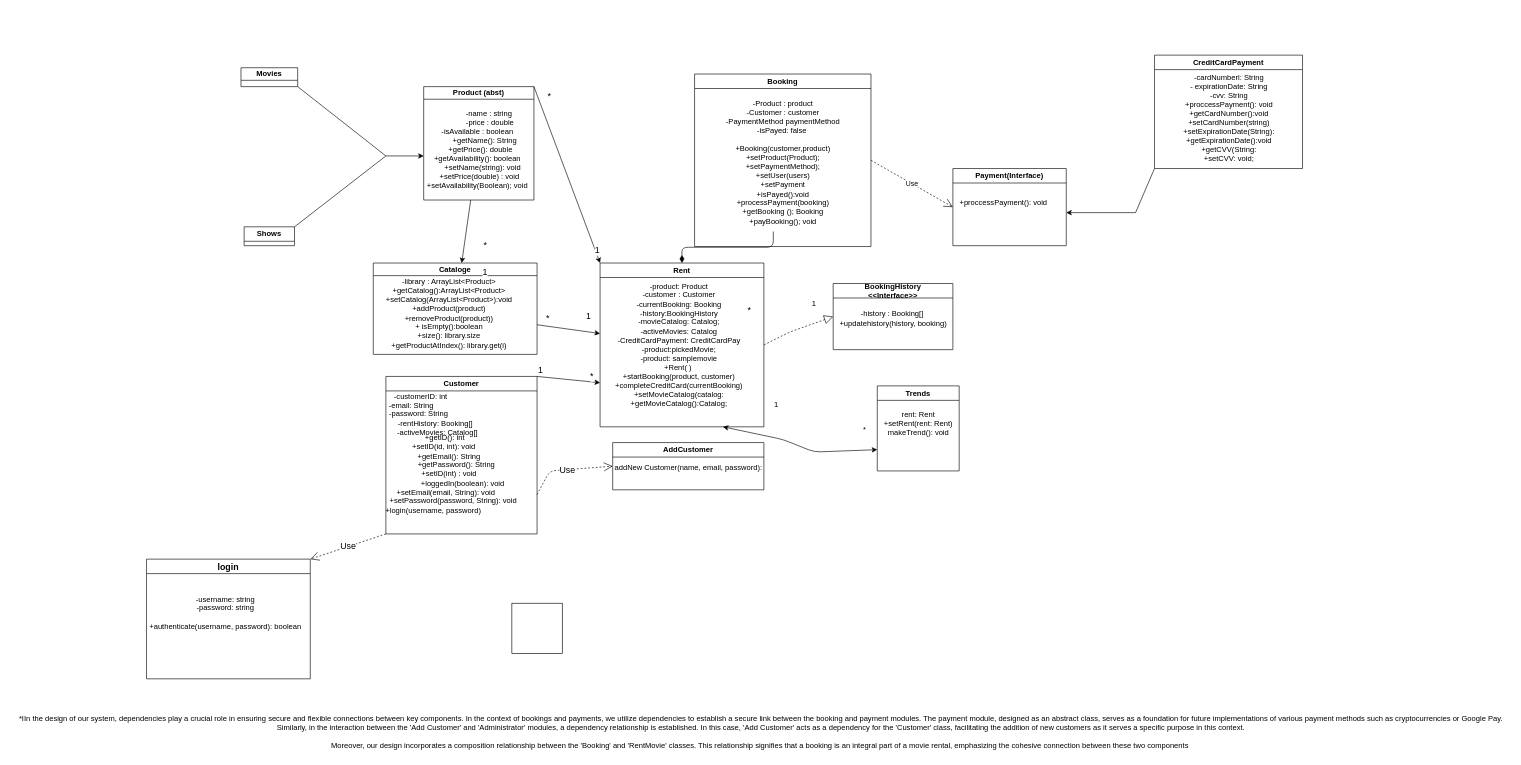
Maxxo95/RentalVideo keeps this draw.io diagram as classDiagram.drawio. Above is the earlier version. Source tidied: cells renumbered, new cells numbered last; positions are measured from the earlier drawing's top-left corner, leaving out a move shared by most shapes. Both pictures are drawn from the tidied source at 63%, with x=0, y=0 at pixel (11, 55).
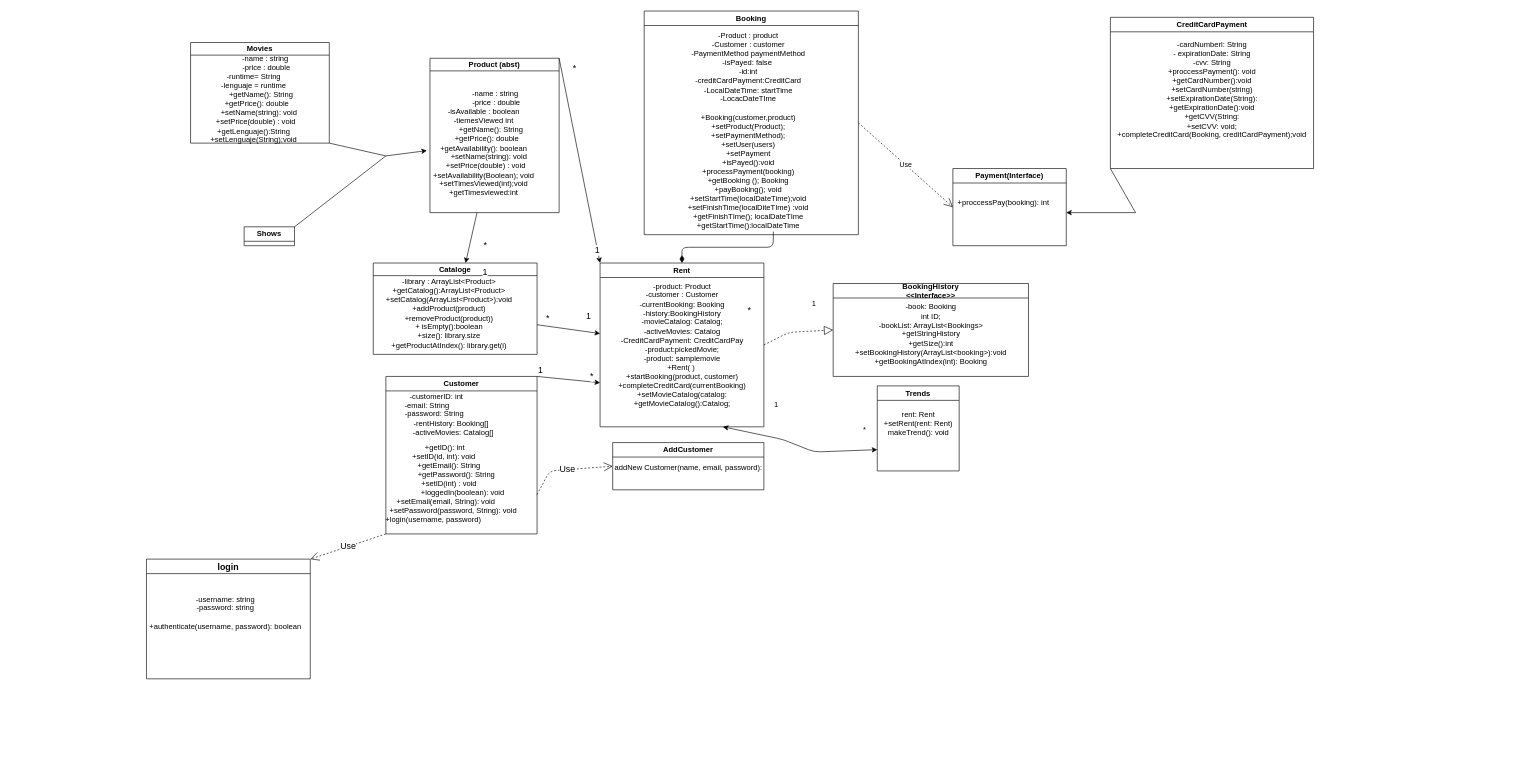
After the change.

Unchanged cells that the change refers to:
```xml
<mxCell id="5" value="Customer" style="swimlane;whiteSpace=wrap;html=1;" parent="1" vertex="1">
  <mxGeometry x="595" y="510" width="240" height="250" as="geometry" />
</mxCell>
<mxCell id="8" value="Rent" style="swimlane;whiteSpace=wrap;html=1;" parent="1" vertex="1">
  <mxGeometry x="935" y="330" width="260" height="260" as="geometry" />
</mxCell>
<mxCell id="14" value="Payment(Interface)" style="swimlane;whiteSpace=wrap;html=1;" parent="1" vertex="1">
  <mxGeometry x="1495" y="180" width="180" height="122.5" as="geometry" />
</mxCell>
```

Change to the diagram source:
```diff
@@
     <mxCell id="3" value="Product (abst)" style="swimlane;whiteSpace=wrap;html=1;startSize=20;" parent="1" vertex="1">
-      <mxGeometry x="655" y="50" width="175" height="180" as="geometry" />
+      <mxGeometry x="665" y="5" width="205" height="245" as="geometry" />
     </mxCell>
-    <mxCell id="4" value="&amp;nbsp; &amp;nbsp; &amp;nbsp; &amp;nbsp; &amp;nbsp; &amp;nbsp;-name : string&lt;br&gt;&amp;nbsp; &amp;nbsp; &amp;nbsp; &amp;nbsp; &amp;nbsp; &amp;nbsp; -price : double&lt;br&gt;-isAvailable : boolean&lt;br&gt;&amp;nbsp; &amp;nbsp; &amp;nbsp; &amp;nbsp;+getName(): String&lt;br&gt;&amp;nbsp; &amp;nbsp;+getPrice(): double&lt;br&gt;+getAvailability(): boolean&lt;br&gt;&amp;nbsp; &amp;nbsp; &amp;nbsp;+setName(string): void&lt;br&gt;&amp;nbsp; +setPrice(double) : void&lt;br&gt;+setAvailability(Boolean); void" style="text;html=1;align=center;verticalAlign=middle;points=[];strokeColor=none;fillColor=none;" parent="3" vertex="1">
-      <mxGeometry x="-5" y="30" width="180" height="140" as="geometry" />
+    <mxCell id="4" value="&amp;nbsp; &amp;nbsp; &amp;nbsp; &amp;nbsp; &amp;nbsp; &amp;nbsp;-name : string&lt;br&gt;&amp;nbsp; &amp;nbsp; &amp;nbsp; &amp;nbsp; &amp;nbsp; &amp;nbsp; -price : double&lt;br&gt;-isAvailable : boolean&lt;br&gt;-tiemesViewed int&lt;br&gt;&amp;nbsp; &amp;nbsp; &amp;nbsp; &amp;nbsp;+getName(): String&lt;br&gt;&amp;nbsp; &amp;nbsp;+getPrice(): double&lt;br&gt;+getAvailability(): boolean&lt;br&gt;&amp;nbsp; &amp;nbsp; &amp;nbsp;+setName(string): void&lt;br&gt;&amp;nbsp; +setPrice(double) : void&lt;br&gt;+setAvailability(Boolean); void&lt;br&gt;+setTimesViewed(int);void&lt;br&gt;+getTimesviewed:int" style="text;html=1;align=center;verticalAlign=middle;points=[];strokeColor=none;fillColor=none;" parent="3" vertex="1">
+      <mxGeometry x="-5" y="40" width="180" height="190" as="geometry" />
     </mxCell>
@@
     <mxCell id="6" value="&amp;nbsp; &amp;nbsp; &amp;nbsp; &amp;nbsp; &amp;nbsp; &amp;nbsp;+getID(): int&lt;br&gt;&amp;nbsp; &amp;nbsp; &amp;nbsp; &amp;nbsp; &amp;nbsp; +setID(id, int): void&lt;br&gt;&amp;nbsp; &amp;nbsp; &amp;nbsp; &amp;nbsp; &amp;nbsp; &amp;nbsp; &amp;nbsp; &amp;nbsp;+getEmail(): String&lt;br&gt;&amp;nbsp; &amp;nbsp; &amp;nbsp; &amp;nbsp; &amp;nbsp; &amp;nbsp; &amp;nbsp; &amp;nbsp; &amp;nbsp; &amp;nbsp; &amp;nbsp; +getPassword(): String&lt;br&gt;&amp;nbsp; &amp;nbsp; &amp;nbsp; &amp;nbsp; &amp;nbsp; &amp;nbsp; &amp;nbsp; &amp;nbsp;+setID(int) : void&lt;br&gt;&amp;nbsp; &amp;nbsp; &amp;nbsp; &amp;nbsp; &amp;nbsp; &amp;nbsp; &amp;nbsp; &amp;nbsp; &amp;nbsp; &amp;nbsp; &amp;nbsp; &amp;nbsp; &amp;nbsp; &amp;nbsp; +loggedIn(boolean): void&lt;br&gt;&amp;nbsp; &amp;nbsp; &amp;nbsp; &amp;nbsp; &amp;nbsp; &amp;nbsp; +setEmail(email, String): void&lt;br&gt;&amp;nbsp; &amp;nbsp; &amp;nbsp; &amp;nbsp; &amp;nbsp; &amp;nbsp; &amp;nbsp; &amp;nbsp; &amp;nbsp; &amp;nbsp;+setPassword(password, String): void&lt;br&gt;+login(username, password)" style="text;html=1;align=center;verticalAlign=middle;strokeColor=none;fillColor=none;" parent="5" vertex="1">
-      <mxGeometry x="-70" y="85" width="290" height="140" as="geometry" />
+      <mxGeometry x="-70" y="100" width="290" height="140" as="geometry" />
     </mxCell>
-    <mxCell id="7" value="&amp;nbsp; &amp;nbsp; &amp;nbsp; &amp;nbsp; &amp;nbsp;-customerID: int&lt;br&gt;-email: String&lt;br&gt;&amp;nbsp; &amp;nbsp; &amp;nbsp; &amp;nbsp;-password: String&lt;br&gt;&amp;nbsp; &amp;nbsp; &amp;nbsp; &amp;nbsp; &amp;nbsp; &amp;nbsp; &amp;nbsp; &amp;nbsp; &amp;nbsp; &amp;nbsp; &amp;nbsp; &amp;nbsp;-rentHistory: Booking[]&lt;br&gt;&amp;nbsp; &amp;nbsp; &amp;nbsp; &amp;nbsp; &amp;nbsp; &amp;nbsp; &amp;nbsp; &amp;nbsp; &amp;nbsp; &amp;nbsp; &amp;nbsp; &amp;nbsp; &amp;nbsp;-activeMovies: Catalog[]" style="text;html=1;align=center;verticalAlign=middle;strokeColor=none;fillColor=none;" parent="5" vertex="1">
-      <mxGeometry x="-75" y="15" width="230" height="90" as="geometry" />
-    </mxCell>
@@
     <mxCell id="9" value="-product: Product&lt;br&gt;-customer : Customer&lt;br&gt;-currentBooking: Booking&lt;br&gt;-history:BookingHistory&lt;br&gt;-movieCatalog: Catalog;&lt;br&gt;-activeMovies: Catalog&lt;br&gt;-CreditCardPayment: CreditCardPay&lt;br&gt;-product:pickedMovie;&lt;br&gt;-product: samplemovie&lt;br&gt;+Rent( )&amp;nbsp;&lt;br&gt;+startBooking(product, customer)&lt;br&gt;+completeCreditCard(currentBooking)&lt;br&gt;+setMovieCatalog(catalog:&lt;br&gt;+getMovieCatalog():Catalog;" style="text;html=1;align=center;verticalAlign=middle;strokeColor=none;fillColor=none;" parent="8" vertex="1">
-      <mxGeometry x="10" y="20" width="230" height="220" as="geometry" />
+      <mxGeometry x="15" y="20" width="230" height="220" as="geometry" />
     </mxCell>
     <mxCell id="10" value="Booking" style="swimlane;whiteSpace=wrap;html=1;" parent="1" vertex="1">
-      <mxGeometry x="1085" y="30" width="280" height="273.8" as="geometry" />
+      <mxGeometry x="1005" y="-70" width="340" height="355" as="geometry" />
     </mxCell>
-    <mxCell id="11" value="-Product : product&lt;br&gt;-Customer : customer&lt;br&gt;-PaymentMethod paymentMethod&lt;br&gt;-isPayed: false&amp;nbsp;&lt;br&gt;&lt;br&gt;+Booking(customer,product)&lt;br&gt;+setProduct(Product);&lt;br&gt;+setPaymentMethod);&lt;br&gt;+setUser(users)&lt;br&gt;+setPayment&lt;br&gt;+isPayed():void&lt;br&gt;+processPayment(booking)&lt;br&gt;+getBooking (); Booking&lt;br&gt;+payBooking(); void" style="text;html=1;align=center;verticalAlign=middle;strokeColor=none;fillColor=none;" parent="10" vertex="1">
-      <mxGeometry x="40" y="30" width="200" height="220" as="geometry" />
+    <mxCell id="11" value="-Product : product&lt;br&gt;-Customer : customer&lt;br&gt;-PaymentMethod paymentMethod&lt;br&gt;-isPayed: false&amp;nbsp;&lt;br&gt;-id:int&lt;br&gt;-creditCardPayment:CreditCard&lt;br&gt;-LocalDateTime: startTime&lt;br&gt;-LocacDateTIme&lt;br&gt;&lt;br&gt;+Booking(customer,product)&lt;br&gt;+setProduct(Product);&lt;br&gt;+setPaymentMethod);&lt;br&gt;+setUser(users)&lt;br&gt;+setPayment&lt;br&gt;+isPayed():void&lt;br&gt;+processPayment(booking)&lt;br&gt;+getBooking (); Booking&lt;br&gt;+payBooking(); void&lt;br&gt;+setStartTime(localDateTime);void&lt;br&gt;+setFinishTime(localDiteTIme) :void&lt;br&gt;+getFinishTIme(); localDateTIme&lt;br&gt;+getStartTime():localDateTime" style="text;html=1;align=center;verticalAlign=middle;strokeColor=none;fillColor=none;" parent="10" vertex="1">
+      <mxGeometry x="60" y="25" width="210" height="330" as="geometry" />
     </mxCell>
@@
-    <mxCell id="15" value="+proccessPayment(): void" style="text;html=1;align=center;verticalAlign=middle;strokeColor=none;fillColor=none;" parent="14" vertex="1">
-      <mxGeometry y="40" width="160" height="30" as="geometry" />
+    <mxCell id="15" value="+proccessPay(booking): int" style="text;html=1;align=center;verticalAlign=middle;strokeColor=none;fillColor=none;" parent="14" vertex="1">
+      <mxGeometry x="-5" y="40" width="170" height="30" as="geometry" />
     </mxCell>
     <mxCell id="16" value="BookingHistory&lt;br&gt;&amp;lt;&amp;lt;Interface&amp;gt;&amp;gt;" style="swimlane;whiteSpace=wrap;html=1;" parent="1" vertex="1">
-      <mxGeometry x="1305" y="362.5" width="190" height="105" as="geometry" />
+      <mxGeometry x="1305" y="362.5" width="310" height="147.5" as="geometry" />
     </mxCell>
@@
-    <mxCell id="18" value="-history : Booking[]&amp;nbsp;&lt;br&gt;+updatehistory(history, booking)&lt;br&gt;" style="text;html=1;align=center;verticalAlign=middle;strokeColor=none;fillColor=none;" parent="16" vertex="1">
-      <mxGeometry y="35" width="190" height="40" as="geometry" />
+    <mxCell id="18" value="-book: Booking&lt;br&gt;int ID;&lt;br&gt;-bookList: ArrayList&amp;lt;Bookings&amp;gt;&lt;br&gt;+getStringHistory&lt;br&gt;+getSize():int&lt;br&gt;+setBookingHistory(ArrayList&amp;lt;booking&amp;gt;):void&lt;br&gt;+getBookingAtIndex(int): Booking" style="text;html=1;align=center;verticalAlign=middle;strokeColor=none;fillColor=none;" parent="16" vertex="1">
+      <mxGeometry x="25" y="25" width="260" height="110" as="geometry" />
     </mxCell>
@@
-    <mxCell id="28" value="Movies" style="swimlane;whiteSpace=wrap;html=1;startSize=20;" parent="1" vertex="1" collapsed="1">
-      <mxGeometry x="365" y="20" width="90" height="30" as="geometry" />
+    <mxCell id="28" value="Movies" style="swimlane;whiteSpace=wrap;html=1;startSize=20;rotation=0;" parent="1" vertex="1">
+      <mxGeometry x="285" y="-20" width="220.2" height="159.7" as="geometry" />
     </mxCell>
+    <mxCell id="59" value="&amp;nbsp; &amp;nbsp; &amp;nbsp; &amp;nbsp; &amp;nbsp; &amp;nbsp;-name : string&lt;br&gt;&amp;nbsp; &amp;nbsp; &amp;nbsp; &amp;nbsp; &amp;nbsp; &amp;nbsp; -price : double&lt;br&gt;-runtime= String&lt;br&gt;-lenguaje = runtime&lt;br&gt;&amp;nbsp; &amp;nbsp; &amp;nbsp; &amp;nbsp;+getName(): String&lt;br&gt;&amp;nbsp; &amp;nbsp;+getPrice(): double&lt;br&gt;&amp;nbsp; &amp;nbsp; &amp;nbsp;+setName(string): void&lt;br&gt;&amp;nbsp; +setPrice(double) : void&lt;br&gt;+getLenguaje():String&lt;br&gt;+setLenguaje(String);void" style="text;html=1;align=center;verticalAlign=middle;strokeColor=none;fillColor=none;rotation=0;" parent="28" vertex="1">
+      <mxGeometry x="20" y="10" width="160" height="160" as="geometry" />
+    </mxCell>
@@
     <mxCell id="45" value="CreditCardPayment" style="swimlane;whiteSpace=wrap;html=1;" parent="1" vertex="1">
-      <mxGeometry x="1815" width="235" height="180" as="geometry" />
+      <mxGeometry x="1745" y="-60" width="322.5" height="240" as="geometry" />
     </mxCell>
-    <mxCell id="46" value="-cardNumberl: String&lt;br&gt;- expirationDate: String&lt;br&gt;-cvv: String&lt;br&gt;+proccessPayment(): void&lt;br&gt;+getCardNumber():void&lt;br&gt;+setCardNumber(string)&lt;br&gt;+setExpirationDate(String):&lt;br&gt;+getExpirationDate():void&lt;br&gt;+getCVV(String:&lt;br&gt;+setCVV: void;" style="text;html=1;align=center;verticalAlign=middle;strokeColor=none;fillColor=none;" parent="45" vertex="1">
-      <mxGeometry x="32.5" y="20" width="170" height="160" as="geometry" />
+    <mxCell id="46" value="-cardNumberl: String&lt;br&gt;- expirationDate: String&lt;br&gt;-cvv: String&lt;br&gt;+proccessPayment(): void&lt;br&gt;+getCardNumber():void&lt;br&gt;+setCardNumber(string)&lt;br&gt;+setExpirationDate(String):&lt;br&gt;+getExpirationDate():void&lt;br&gt;+getCVV(String:&lt;br&gt;+setCVV: void;&lt;br&gt;+completeCreditCard(Booking, creditCardPayment);void" style="text;html=1;align=center;verticalAlign=middle;strokeColor=none;fillColor=none;" parent="45" vertex="1">
+      <mxGeometry x="1.2" y="29.7" width="320" height="170" as="geometry" />
     </mxCell>
@@
-    <mxCell id="51" style="endArrow=classic;html=1;" parent="1" edge="1">
+    <mxCell id="51" style="endArrow=classic;html=1;" parent="1" edge="1" target="4">
       <mxGeometry relative="1" as="geometry">
         <mxPoint x="595" y="160" as="sourcePoint" />
-        <mxPoint x="655" y="160" as="targetPoint" />
       </mxGeometry>
     </mxCell>
@@
-    <mxCell id="57" value="&lt;div&gt;*IIn the design of our system, dependencies play a crucial role in ensuring secure and flexible connections between key components. In the context of bookings and payments, we utilize dependencies to establish a secure link between the booking and payment modules. The payment module, designed as an abstract class, serves as a foundation for future implementations of various payment methods such as cryptocurrencies or Google Pay.&lt;/div&gt;&lt;div&gt;Similarly, in the interaction between the 'Add Customer' and 'Administrator' modules, a dependency relationship is established. In this case, 'Add Customer' acts as a dependency for the 'Customer' class, facilitating the addition of new customers as it serves a specific purpose in this context.&lt;/div&gt;&lt;div&gt;&lt;br&gt;&lt;/div&gt;&lt;div&gt;Moreover, our design incorporates a composition relationship between the 'Booking' and 'RentMovie' classes. This relationship signifies that a booking is an integral part of a movie rental, emphasizing the cohesive connection between these two components&amp;nbsp;&lt;/div&gt;" style="text;html=1;align=center;verticalAlign=middle;strokeColor=none;fillColor=none;" parent="1" vertex="1">
-      <mxGeometry y="1040" width="2380" height="70" as="geometry" />
+    <mxCell id="57" value="&lt;div&gt;&lt;br&gt;&lt;/div&gt;&lt;div&gt;&lt;br&gt;&lt;/div&gt;" style="text;html=1;align=center;verticalAlign=middle;strokeColor=none;fillColor=none;" parent="1" vertex="1">
+      <mxGeometry x="1180" y="1055" width="20" height="40" as="geometry" />
     </mxCell>
-    <mxCell id="58" style="whiteSpace=wrap;html=1;" parent="1" vertex="1">
-      <mxGeometry x="795" y="870" width="80" height="80" as="geometry" />
-    </mxCell>
+    <mxCell id="7" value="&amp;nbsp; &amp;nbsp; &amp;nbsp; &amp;nbsp; &amp;nbsp;-customerID: int&lt;br&gt;-email: String&lt;br&gt;&amp;nbsp; &amp;nbsp; &amp;nbsp; &amp;nbsp;-password: String&lt;br&gt;&amp;nbsp; &amp;nbsp; &amp;nbsp; &amp;nbsp; &amp;nbsp; &amp;nbsp; &amp;nbsp; &amp;nbsp; &amp;nbsp; &amp;nbsp; &amp;nbsp; &amp;nbsp;-rentHistory: Booking[]&lt;br&gt;&amp;nbsp; &amp;nbsp; &amp;nbsp; &amp;nbsp; &amp;nbsp; &amp;nbsp; &amp;nbsp; &amp;nbsp; &amp;nbsp; &amp;nbsp; &amp;nbsp; &amp;nbsp; &amp;nbsp;-activeMovies: Catalog[]" style="text;html=1;align=center;verticalAlign=middle;strokeColor=none;fillColor=none;" parent="1" vertex="1">
+      <mxGeometry x="545" y="525" width="230" height="90" as="geometry" />
+    </mxCell>
```
